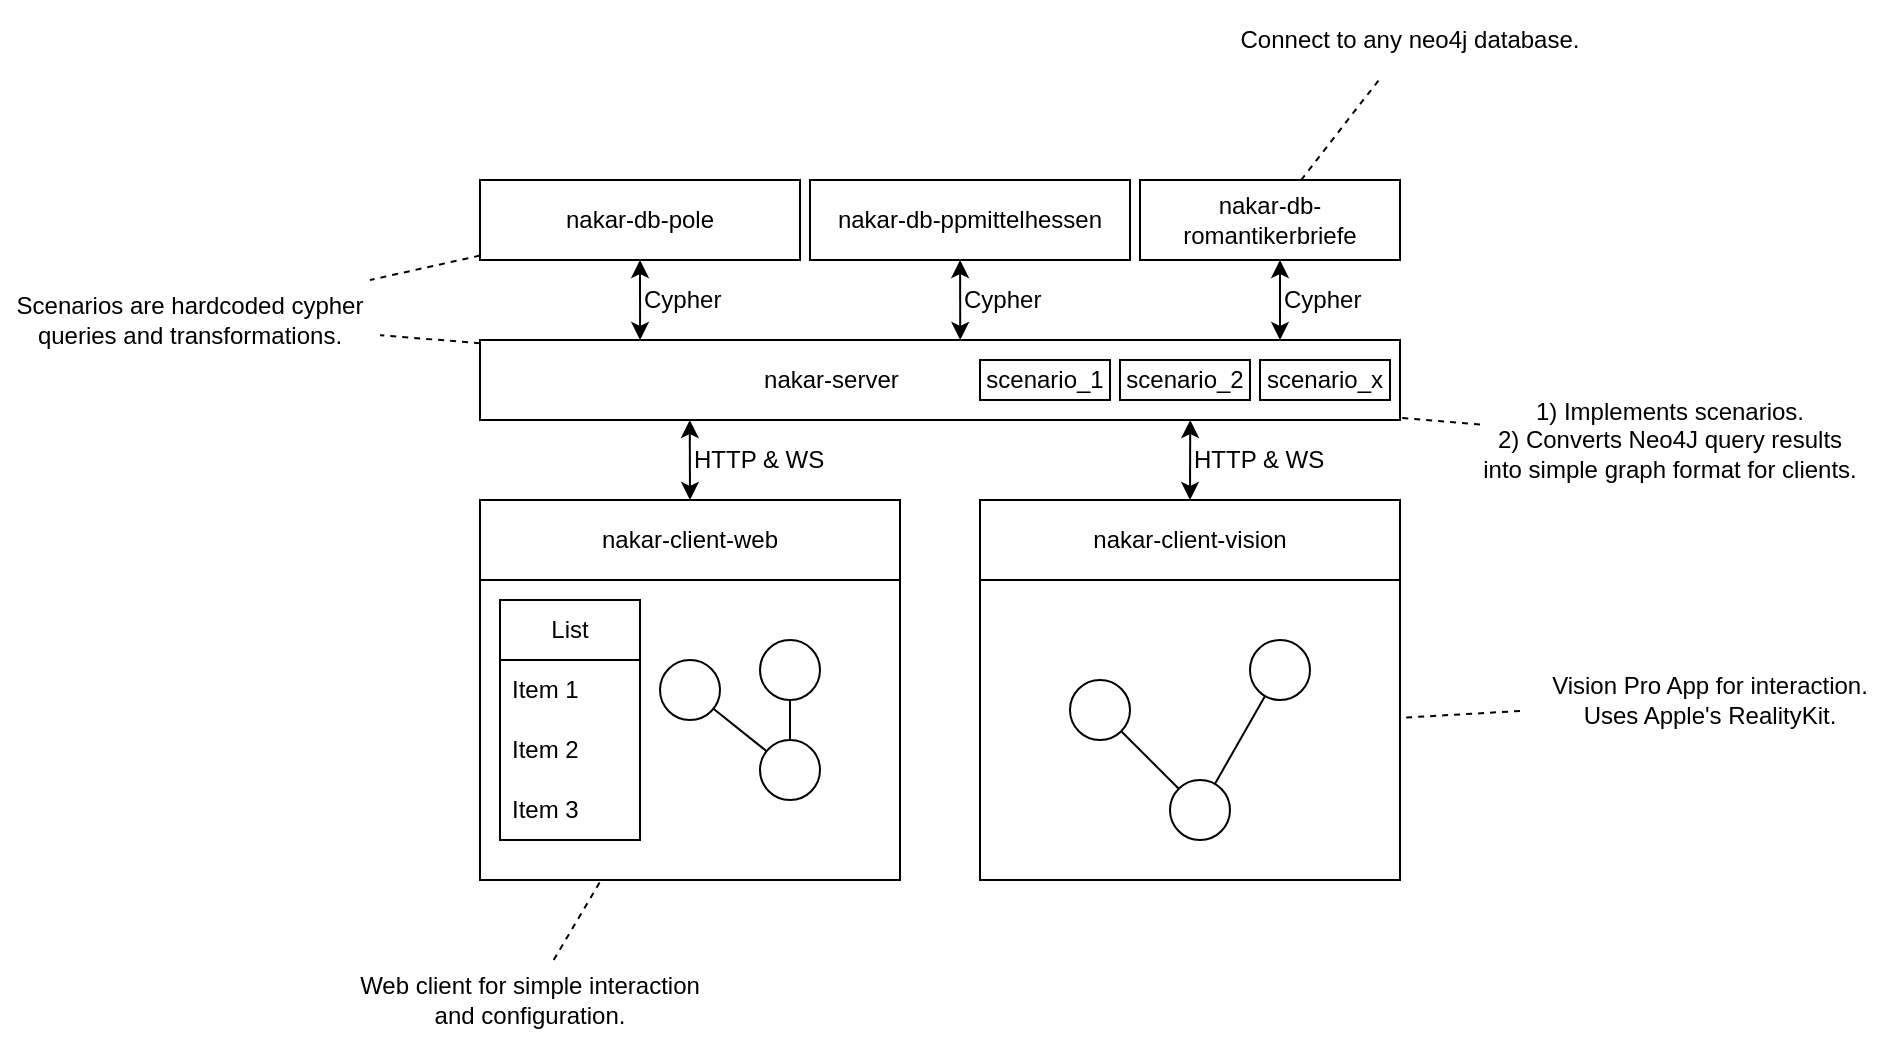
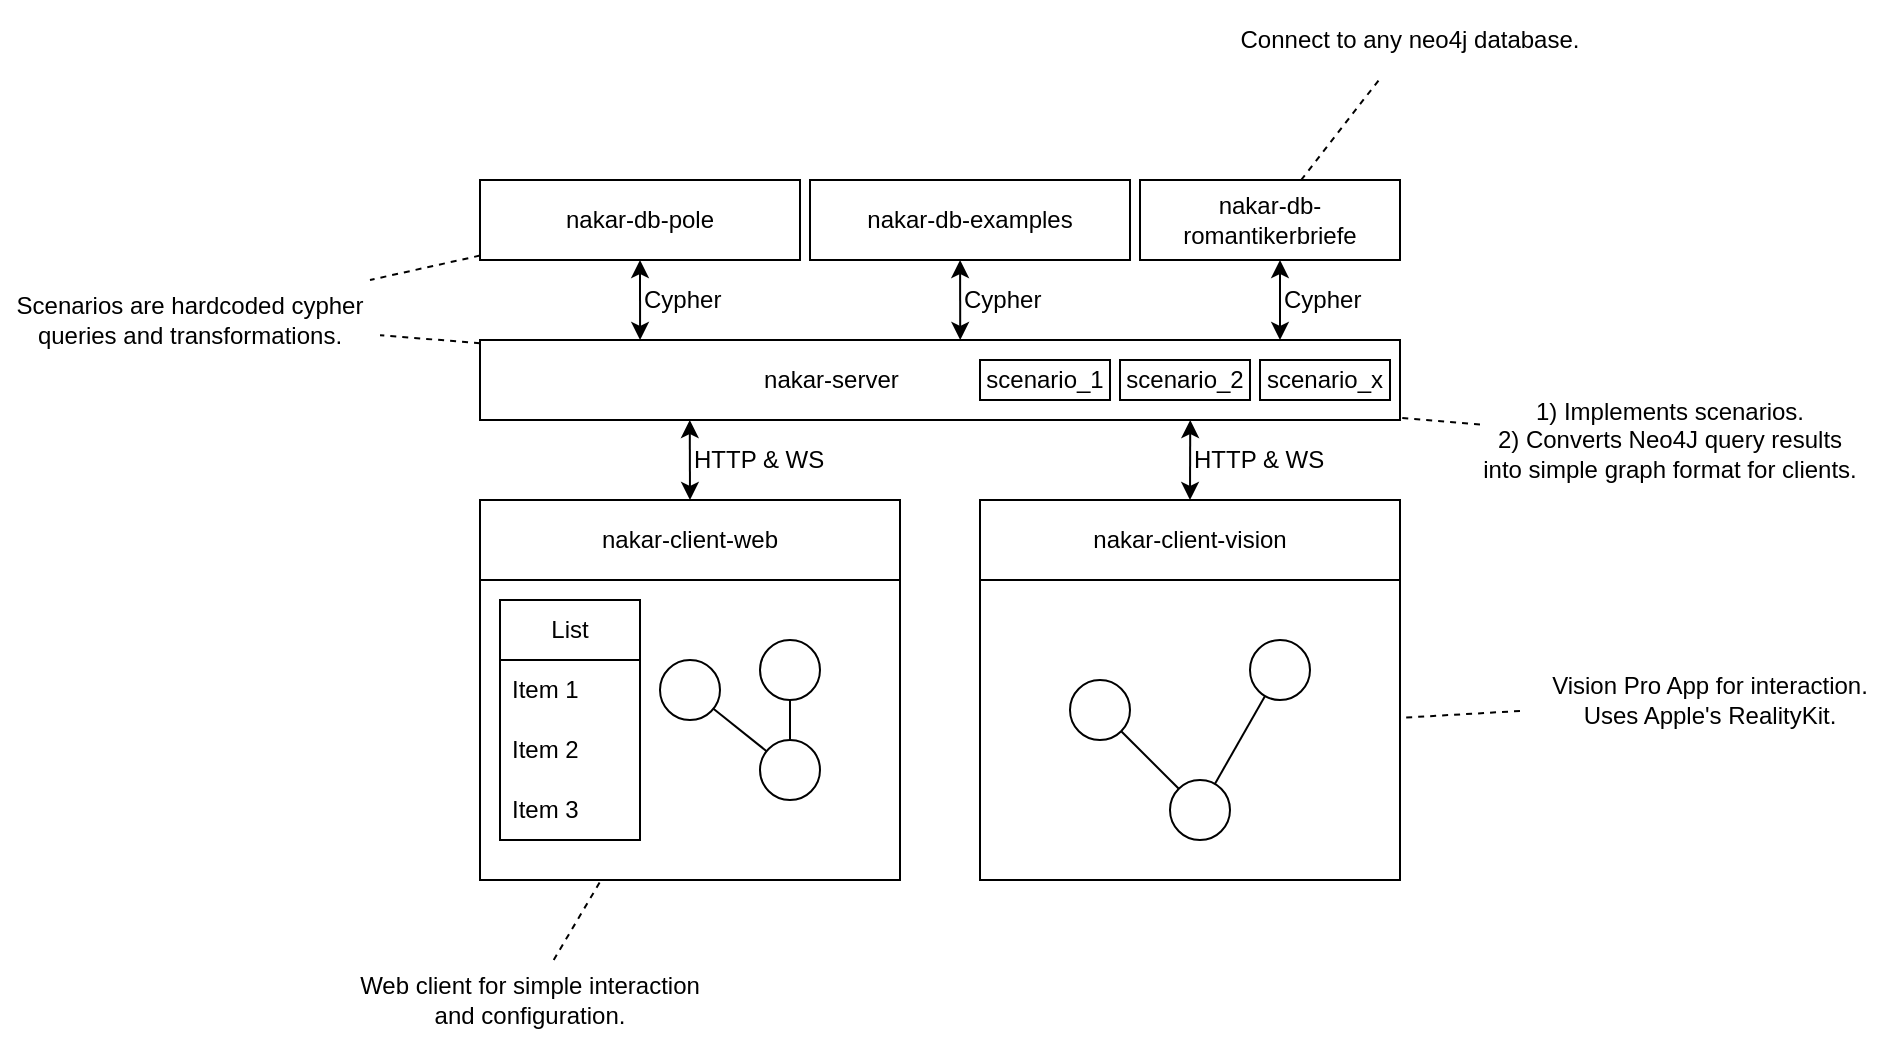
- <mxfile host="Electron" agent="Mozilla/5.0 (Macintosh; Intel Mac OS X 10_15_7) AppleWebKit/537.36 (KHTML, like Gecko) draw.io/26.0.9 Chrome/128.0.6613.186 Electron/32.2.5 Safari/537.36" scale="1" border="0" version="26.0.9">
+ <mxfile host="Electron" agent="Mozilla/5.0 (Windows NT 10.0; Win64; x64) AppleWebKit/537.36 (KHTML, like Gecko) draw.io/26.0.16 Chrome/132.0.6834.196 Electron/34.2.0 Safari/537.36" scale="1" border="0" version="26.0.16">
  <diagram name="Page-1" id="vQwCS0VuyH1_z9JokuWV">
-     <mxGraphModel dx="1228" dy="805" grid="0" gridSize="10" guides="1" tooltips="1" connect="1" arrows="1" fold="1" page="1" pageScale="1" pageWidth="1169" pageHeight="827" background="#ffffff" math="0" shadow="0">
+     <mxGraphModel dx="2074" dy="1196" grid="0" gridSize="10" guides="1" tooltips="1" connect="1" arrows="1" fold="1" page="1" pageScale="1" pageWidth="1169" pageHeight="827" background="#ffffff" math="0" shadow="0">
      <root>
        <mxCell id="0" />
        <mxCell id="1" parent="0" />
        <mxCell id="h_gjy8d-nbvcVHeryfm6-1" value="nakar-client-web" style="rounded=0;whiteSpace=wrap;html=1;labelBackgroundColor=none;" parent="1" vertex="1">
          <mxGeometry x="320" y="360" width="210" height="40" as="geometry" />
        </mxCell>
        <mxCell id="h_gjy8d-nbvcVHeryfm6-2" value="" style="rounded=0;whiteSpace=wrap;html=1;labelBackgroundColor=none;" parent="1" vertex="1">
          <mxGeometry x="320" y="400" width="210" height="150" as="geometry" />
        </mxCell>
        <mxCell id="h_gjy8d-nbvcVHeryfm6-3" value="" style="ellipse;whiteSpace=wrap;html=1;labelBackgroundColor=none;" parent="1" vertex="1">
          <mxGeometry x="460" y="430" width="30" height="30" as="geometry" />
        </mxCell>
        <mxCell id="h_gjy8d-nbvcVHeryfm6-4" value="" style="ellipse;whiteSpace=wrap;html=1;labelBackgroundColor=none;" parent="1" vertex="1">
          <mxGeometry x="460" y="480" width="30" height="30" as="geometry" />
        </mxCell>
        <mxCell id="h_gjy8d-nbvcVHeryfm6-5" value="" style="ellipse;whiteSpace=wrap;html=1;labelBackgroundColor=none;" parent="1" vertex="1">
          <mxGeometry x="410" y="440" width="30" height="30" as="geometry" />
        </mxCell>
        <mxCell id="h_gjy8d-nbvcVHeryfm6-6" value="" style="endArrow=none;html=1;rounded=0;labelBackgroundColor=none;fontColor=default;" parent="1" source="h_gjy8d-nbvcVHeryfm6-4" target="h_gjy8d-nbvcVHeryfm6-5" edge="1">
          <mxGeometry width="50" height="50" relative="1" as="geometry">
            <mxPoint x="610" y="600" as="sourcePoint" />
            <mxPoint x="660" y="550" as="targetPoint" />
          </mxGeometry>
        </mxCell>
        <mxCell id="h_gjy8d-nbvcVHeryfm6-7" value="" style="endArrow=none;html=1;rounded=0;labelBackgroundColor=none;fontColor=default;" parent="1" source="h_gjy8d-nbvcVHeryfm6-3" target="h_gjy8d-nbvcVHeryfm6-4" edge="1">
          <mxGeometry width="50" height="50" relative="1" as="geometry">
            <mxPoint x="434" y="514" as="sourcePoint" />
            <mxPoint x="406" y="486" as="targetPoint" />
          </mxGeometry>
        </mxCell>
        <mxCell id="h_gjy8d-nbvcVHeryfm6-8" value="nakar-client-vision" style="rounded=0;whiteSpace=wrap;html=1;labelBackgroundColor=none;" parent="1" vertex="1">
          <mxGeometry x="570" y="360" width="210" height="40" as="geometry" />
        </mxCell>
        <mxCell id="h_gjy8d-nbvcVHeryfm6-9" value="" style="rounded=0;whiteSpace=wrap;html=1;labelBackgroundColor=none;" parent="1" vertex="1">
          <mxGeometry x="570" y="400" width="210" height="150" as="geometry" />
        </mxCell>
        <mxCell id="h_gjy8d-nbvcVHeryfm6-10" value="" style="ellipse;whiteSpace=wrap;html=1;labelBackgroundColor=none;" parent="1" vertex="1">
          <mxGeometry x="705" y="430" width="30" height="30" as="geometry" />
        </mxCell>
        <mxCell id="h_gjy8d-nbvcVHeryfm6-11" value="" style="ellipse;whiteSpace=wrap;html=1;labelBackgroundColor=none;" parent="1" vertex="1">
          <mxGeometry x="665" y="500" width="30" height="30" as="geometry" />
        </mxCell>
        <mxCell id="h_gjy8d-nbvcVHeryfm6-12" value="" style="ellipse;whiteSpace=wrap;html=1;labelBackgroundColor=none;" parent="1" vertex="1">
          <mxGeometry x="615" y="450" width="30" height="30" as="geometry" />
        </mxCell>
        <mxCell id="h_gjy8d-nbvcVHeryfm6-13" value="" style="endArrow=none;html=1;rounded=0;labelBackgroundColor=none;fontColor=default;" parent="1" source="h_gjy8d-nbvcVHeryfm6-11" target="h_gjy8d-nbvcVHeryfm6-12" edge="1">
          <mxGeometry width="50" height="50" relative="1" as="geometry">
            <mxPoint x="855" y="600" as="sourcePoint" />
            <mxPoint x="905" y="550" as="targetPoint" />
          </mxGeometry>
        </mxCell>
        <mxCell id="h_gjy8d-nbvcVHeryfm6-14" value="" style="endArrow=none;html=1;rounded=0;labelBackgroundColor=none;fontColor=default;" parent="1" source="h_gjy8d-nbvcVHeryfm6-10" target="h_gjy8d-nbvcVHeryfm6-11" edge="1">
          <mxGeometry width="50" height="50" relative="1" as="geometry">
            <mxPoint x="679" y="514" as="sourcePoint" />
            <mxPoint x="651" y="486" as="targetPoint" />
          </mxGeometry>
        </mxCell>
        <mxCell id="h_gjy8d-nbvcVHeryfm6-15" value="&amp;nbsp; &amp;nbsp; &amp;nbsp; &amp;nbsp; &amp;nbsp; &amp;nbsp; &amp;nbsp; &amp;nbsp; &amp;nbsp; &amp;nbsp; &amp;nbsp; &amp;nbsp; &amp;nbsp; &amp;nbsp; &amp;nbsp; &amp;nbsp; &amp;nbsp; &amp;nbsp; &amp;nbsp; &amp;nbsp; &amp;nbsp; nakar-server" style="rounded=0;whiteSpace=wrap;html=1;align=left;labelBackgroundColor=none;" parent="1" vertex="1">
          <mxGeometry x="320" y="280" width="460" height="40" as="geometry" />
        </mxCell>
        <mxCell id="h_gjy8d-nbvcVHeryfm6-16" value="nakar-db-pole" style="rounded=0;whiteSpace=wrap;html=1;labelBackgroundColor=none;" parent="1" vertex="1">
          <mxGeometry x="320" y="200" width="160" height="40" as="geometry" />
        </mxCell>
-         <mxCell id="h_gjy8d-nbvcVHeryfm6-17" value="nakar-db-ppmittelhessen" style="rounded=0;whiteSpace=wrap;html=1;labelBackgroundColor=none;" parent="1" vertex="1">
+         <mxCell id="h_gjy8d-nbvcVHeryfm6-17" value="nakar-db-examples" style="rounded=0;whiteSpace=wrap;html=1;labelBackgroundColor=none;" parent="1" vertex="1">
          <mxGeometry x="485" y="200" width="160" height="40" as="geometry" />
        </mxCell>
        <mxCell id="h_gjy8d-nbvcVHeryfm6-18" value="nakar-db-romantikerbriefe" style="rounded=0;whiteSpace=wrap;html=1;labelBackgroundColor=none;" parent="1" vertex="1">
          <mxGeometry x="650" y="200" width="130" height="40" as="geometry" />
        </mxCell>
        <mxCell id="h_gjy8d-nbvcVHeryfm6-19" value="" style="endArrow=classic;startArrow=classic;html=1;rounded=0;exitX=0.174;exitY=0;exitDx=0;exitDy=0;exitPerimeter=0;labelBackgroundColor=none;fontColor=default;" parent="1" source="h_gjy8d-nbvcVHeryfm6-15" edge="1">
          <mxGeometry width="50" height="50" relative="1" as="geometry">
            <mxPoint x="720" y="440" as="sourcePoint" />
            <mxPoint x="400" y="240" as="targetPoint" />
          </mxGeometry>
        </mxCell>
        <mxCell id="h_gjy8d-nbvcVHeryfm6-20" value="" style="endArrow=classic;startArrow=classic;html=1;rounded=0;entryX=0.469;entryY=1;entryDx=0;entryDy=0;entryPerimeter=0;exitX=0.522;exitY=0;exitDx=0;exitDy=0;exitPerimeter=0;labelBackgroundColor=none;fontColor=default;" parent="1" source="h_gjy8d-nbvcVHeryfm6-15" target="h_gjy8d-nbvcVHeryfm6-17" edge="1">
          <mxGeometry width="50" height="50" relative="1" as="geometry">
            <mxPoint x="560" y="268" as="sourcePoint" />
            <mxPoint x="560" y="248" as="targetPoint" />
          </mxGeometry>
        </mxCell>
        <mxCell id="h_gjy8d-nbvcVHeryfm6-21" value="" style="endArrow=classic;startArrow=classic;html=1;rounded=0;entryX=0;entryY=0;entryDx=0;entryDy=0;exitX=0;exitY=1;exitDx=0;exitDy=0;labelBackgroundColor=none;fontColor=default;" parent="1" source="h_gjy8d-nbvcVHeryfm6-26" target="h_gjy8d-nbvcVHeryfm6-26" edge="1">
          <mxGeometry width="50" height="50" relative="1" as="geometry">
            <mxPoint x="570" y="290" as="sourcePoint" />
            <mxPoint x="570" y="250" as="targetPoint" />
          </mxGeometry>
        </mxCell>
        <mxCell id="h_gjy8d-nbvcVHeryfm6-22" value="" style="endArrow=classic;startArrow=classic;html=1;rounded=0;entryX=0.772;entryY=1;entryDx=0;entryDy=0;exitX=0.5;exitY=0;exitDx=0;exitDy=0;entryPerimeter=0;labelBackgroundColor=none;fontColor=default;" parent="1" source="h_gjy8d-nbvcVHeryfm6-8" target="h_gjy8d-nbvcVHeryfm6-15" edge="1">
          <mxGeometry width="50" height="50" relative="1" as="geometry">
            <mxPoint x="679.84" y="360" as="sourcePoint" />
            <mxPoint x="679.84" y="320" as="targetPoint" />
          </mxGeometry>
        </mxCell>
        <mxCell id="h_gjy8d-nbvcVHeryfm6-23" value="" style="endArrow=classic;startArrow=classic;html=1;rounded=0;entryX=0.228;entryY=1;entryDx=0;entryDy=0;exitX=0.5;exitY=0;exitDx=0;exitDy=0;entryPerimeter=0;labelBackgroundColor=none;fontColor=default;" parent="1" source="h_gjy8d-nbvcVHeryfm6-1" target="h_gjy8d-nbvcVHeryfm6-15" edge="1">
          <mxGeometry width="50" height="50" relative="1" as="geometry">
            <mxPoint x="434.84" y="360" as="sourcePoint" />
            <mxPoint x="434.84" y="320" as="targetPoint" />
          </mxGeometry>
        </mxCell>
        <mxCell id="h_gjy8d-nbvcVHeryfm6-24" value="HTTP &amp;amp; WS" style="text;html=1;align=left;verticalAlign=middle;whiteSpace=wrap;rounded=0;labelBackgroundColor=none;" parent="1" vertex="1">
          <mxGeometry x="425" y="320" width="105" height="40" as="geometry" />
        </mxCell>
        <mxCell id="h_gjy8d-nbvcVHeryfm6-25" value="HTTP &amp;amp; WS" style="text;html=1;align=left;verticalAlign=middle;whiteSpace=wrap;rounded=0;labelBackgroundColor=none;" parent="1" vertex="1">
          <mxGeometry x="675" y="320" width="105" height="40" as="geometry" />
        </mxCell>
        <mxCell id="h_gjy8d-nbvcVHeryfm6-26" value="Cypher" style="text;html=1;align=left;verticalAlign=middle;whiteSpace=wrap;rounded=0;labelBackgroundColor=none;" parent="1" vertex="1">
          <mxGeometry x="720" y="240" width="105" height="40" as="geometry" />
        </mxCell>
        <mxCell id="h_gjy8d-nbvcVHeryfm6-27" value="Cypher" style="text;html=1;align=left;verticalAlign=middle;whiteSpace=wrap;rounded=0;labelBackgroundColor=none;" parent="1" vertex="1">
          <mxGeometry x="560" y="240" width="105" height="40" as="geometry" />
        </mxCell>
        <mxCell id="h_gjy8d-nbvcVHeryfm6-28" value="Cypher" style="text;html=1;align=left;verticalAlign=middle;whiteSpace=wrap;rounded=0;labelBackgroundColor=none;" parent="1" vertex="1">
          <mxGeometry x="400" y="240" width="105" height="40" as="geometry" />
        </mxCell>
-         <mxCell id="2" value="1) Implements scenarios.&lt;br&gt;2) Converts Neo4J query results into simple graph format for clients." style="text;html=1;strokeColor=none;fillColor=none;align=center;verticalAlign=middle;whiteSpace=wrap;rounded=0;labelBackgroundColor=none;" parent="1" vertex="1">
+         <mxCell id="2" value="1) Implements scenarios.&lt;br&gt;2) Converts Neo4J query results into simple graph format for clients." style="text;html=1;align=center;verticalAlign=middle;whiteSpace=wrap;rounded=0;labelBackgroundColor=none;" parent="1" vertex="1">
          <mxGeometry x="820" y="310" width="190" height="40" as="geometry" />
        </mxCell>
        <mxCell id="3" value="" style="endArrow=none;html=1;rounded=0;endFill=0;dashed=1;labelBackgroundColor=none;fontColor=default;" parent="1" source="2" target="h_gjy8d-nbvcVHeryfm6-15" edge="1">
          <mxGeometry width="50" height="50" relative="1" as="geometry">
            <mxPoint x="770" y="410" as="sourcePoint" />
            <mxPoint x="820" y="360" as="targetPoint" />
          </mxGeometry>
        </mxCell>
-         <mxCell id="4" value="Vision Pro App for interaction. Uses Apple&#39;s RealityKit." style="text;html=1;strokeColor=none;fillColor=none;align=center;verticalAlign=middle;whiteSpace=wrap;rounded=0;labelBackgroundColor=none;" parent="1" vertex="1">
+         <mxCell id="4" value="Vision Pro App for interaction. Uses Apple&#39;s RealityKit." style="text;html=1;align=center;verticalAlign=middle;whiteSpace=wrap;rounded=0;labelBackgroundColor=none;" parent="1" vertex="1">
          <mxGeometry x="840" y="440" width="190" height="40" as="geometry" />
        </mxCell>
        <mxCell id="5" value="" style="endArrow=none;html=1;rounded=0;endFill=0;dashed=1;labelBackgroundColor=none;fontColor=default;" parent="1" source="4" target="h_gjy8d-nbvcVHeryfm6-9" edge="1">
          <mxGeometry width="50" height="50" relative="1" as="geometry">
            <mxPoint x="850" y="310" as="sourcePoint" />
            <mxPoint x="790" y="310" as="targetPoint" />
          </mxGeometry>
        </mxCell>
-         <mxCell id="6" value="Web client for simple interaction and configuration." style="text;html=1;strokeColor=none;fillColor=none;align=center;verticalAlign=middle;whiteSpace=wrap;rounded=0;labelBackgroundColor=none;" parent="1" vertex="1">
+         <mxCell id="6" value="Web client for simple interaction and configuration." style="text;html=1;align=center;verticalAlign=middle;whiteSpace=wrap;rounded=0;labelBackgroundColor=none;" parent="1" vertex="1">
          <mxGeometry x="250" y="590" width="190" height="40" as="geometry" />
        </mxCell>
        <mxCell id="7" value="" style="endArrow=none;html=1;rounded=0;endFill=0;dashed=1;labelBackgroundColor=none;fontColor=default;" parent="1" source="6" target="h_gjy8d-nbvcVHeryfm6-2" edge="1">
          <mxGeometry width="50" height="50" relative="1" as="geometry">
            <mxPoint x="850" y="475" as="sourcePoint" />
            <mxPoint x="790" y="479" as="targetPoint" />
          </mxGeometry>
        </mxCell>
-         <mxCell id="9" value="Connect to any neo4j database." style="text;html=1;strokeColor=none;fillColor=none;align=center;verticalAlign=middle;whiteSpace=wrap;rounded=0;labelBackgroundColor=none;" parent="1" vertex="1">
+         <mxCell id="9" value="Connect to any neo4j database." style="text;html=1;align=center;verticalAlign=middle;whiteSpace=wrap;rounded=0;labelBackgroundColor=none;" parent="1" vertex="1">
          <mxGeometry x="690" y="110" width="190" height="40" as="geometry" />
        </mxCell>
        <mxCell id="10" value="" style="endArrow=none;html=1;rounded=0;endFill=0;dashed=1;labelBackgroundColor=none;fontColor=default;" parent="1" source="h_gjy8d-nbvcVHeryfm6-18" target="9" edge="1">
          <mxGeometry width="50" height="50" relative="1" as="geometry">
            <mxPoint x="367" y="600" as="sourcePoint" />
            <mxPoint x="391" y="560" as="targetPoint" />
          </mxGeometry>
        </mxCell>
-         <mxCell id="11" value="Scenarios are hardcoded cypher queries and transformations." style="text;html=1;strokeColor=none;fillColor=none;align=center;verticalAlign=middle;whiteSpace=wrap;rounded=0;labelBackgroundColor=none;" parent="1" vertex="1">
+         <mxCell id="11" value="Scenarios are hardcoded cypher queries and transformations." style="text;html=1;align=center;verticalAlign=middle;whiteSpace=wrap;rounded=0;labelBackgroundColor=none;" parent="1" vertex="1">
          <mxGeometry x="80" y="250" width="190" height="40" as="geometry" />
        </mxCell>
        <mxCell id="12" value="" style="endArrow=none;html=1;rounded=0;endFill=0;dashed=1;labelBackgroundColor=none;fontColor=default;" parent="1" source="h_gjy8d-nbvcVHeryfm6-15" target="11" edge="1">
          <mxGeometry width="50" height="50" relative="1" as="geometry">
            <mxPoint x="850" y="475" as="sourcePoint" />
            <mxPoint x="790" y="479" as="targetPoint" />
          </mxGeometry>
        </mxCell>
        <mxCell id="13" value="" style="endArrow=none;html=1;rounded=0;endFill=0;dashed=1;labelBackgroundColor=none;fontColor=default;" parent="1" source="h_gjy8d-nbvcVHeryfm6-16" target="11" edge="1">
          <mxGeometry width="50" height="50" relative="1" as="geometry">
            <mxPoint x="378" y="290" as="sourcePoint" />
            <mxPoint x="290" y="280" as="targetPoint" />
          </mxGeometry>
        </mxCell>
        <mxCell id="14" value="scenario_x" style="rounded=0;whiteSpace=wrap;html=1;labelBackgroundColor=none;" parent="1" vertex="1">
          <mxGeometry x="710" y="290" width="65" height="20" as="geometry" />
        </mxCell>
        <mxCell id="15" value="scenario_2" style="rounded=0;whiteSpace=wrap;html=1;labelBackgroundColor=none;" parent="1" vertex="1">
          <mxGeometry x="640" y="290" width="65" height="20" as="geometry" />
        </mxCell>
        <mxCell id="16" value="scenario_1" style="rounded=0;whiteSpace=wrap;html=1;labelBackgroundColor=none;" parent="1" vertex="1">
          <mxGeometry x="570" y="290" width="65" height="20" as="geometry" />
        </mxCell>
        <mxCell id="17" value="List" style="swimlane;fontStyle=0;childLayout=stackLayout;horizontal=1;startSize=30;horizontalStack=0;resizeParent=1;resizeParentMax=0;resizeLast=0;collapsible=1;marginBottom=0;whiteSpace=wrap;html=1;labelBackgroundColor=none;" parent="1" vertex="1">
          <mxGeometry x="330" y="410" width="70" height="120" as="geometry" />
        </mxCell>
-         <mxCell id="18" value="Item 1" style="text;strokeColor=none;fillColor=none;align=left;verticalAlign=middle;spacingLeft=4;spacingRight=4;overflow=hidden;points=[[0,0.5],[1,0.5]];portConstraint=eastwest;rotatable=0;whiteSpace=wrap;html=1;labelBackgroundColor=none;" parent="17" vertex="1">
+         <mxCell id="18" value="Item 1" style="text;align=left;verticalAlign=middle;spacingLeft=4;spacingRight=4;overflow=hidden;points=[[0,0.5],[1,0.5]];portConstraint=eastwest;rotatable=0;whiteSpace=wrap;html=1;labelBackgroundColor=none;" parent="17" vertex="1">
          <mxGeometry y="30" width="70" height="30" as="geometry" />
        </mxCell>
-         <mxCell id="19" value="Item 2" style="text;strokeColor=none;fillColor=none;align=left;verticalAlign=middle;spacingLeft=4;spacingRight=4;overflow=hidden;points=[[0,0.5],[1,0.5]];portConstraint=eastwest;rotatable=0;whiteSpace=wrap;html=1;labelBackgroundColor=none;" parent="17" vertex="1">
+         <mxCell id="19" value="Item 2" style="text;align=left;verticalAlign=middle;spacingLeft=4;spacingRight=4;overflow=hidden;points=[[0,0.5],[1,0.5]];portConstraint=eastwest;rotatable=0;whiteSpace=wrap;html=1;labelBackgroundColor=none;" parent="17" vertex="1">
          <mxGeometry y="60" width="70" height="30" as="geometry" />
        </mxCell>
-         <mxCell id="20" value="Item 3" style="text;strokeColor=none;fillColor=none;align=left;verticalAlign=middle;spacingLeft=4;spacingRight=4;overflow=hidden;points=[[0,0.5],[1,0.5]];portConstraint=eastwest;rotatable=0;whiteSpace=wrap;html=1;labelBackgroundColor=none;" parent="17" vertex="1">
+         <mxCell id="20" value="Item 3" style="text;align=left;verticalAlign=middle;spacingLeft=4;spacingRight=4;overflow=hidden;points=[[0,0.5],[1,0.5]];portConstraint=eastwest;rotatable=0;whiteSpace=wrap;html=1;labelBackgroundColor=none;" parent="17" vertex="1">
          <mxGeometry y="90" width="70" height="30" as="geometry" />
        </mxCell>
      </root>
    </mxGraphModel>
  </diagram>
</mxfile>
